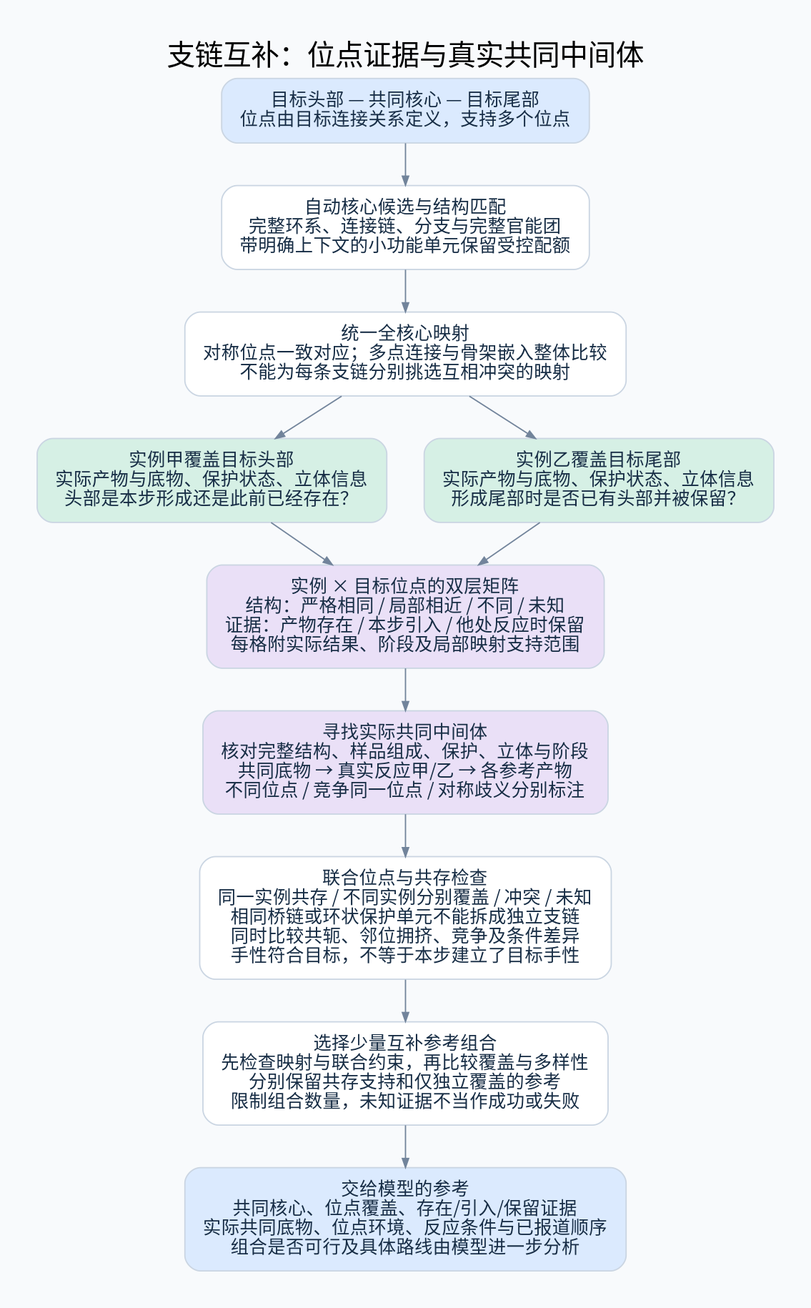
Before: diagrams/core-branch-combination.png, a diagram exported from Graphviz (825728139/substructure_search). Its source is kept beside it as diagrams/core-branch-combination.dot.
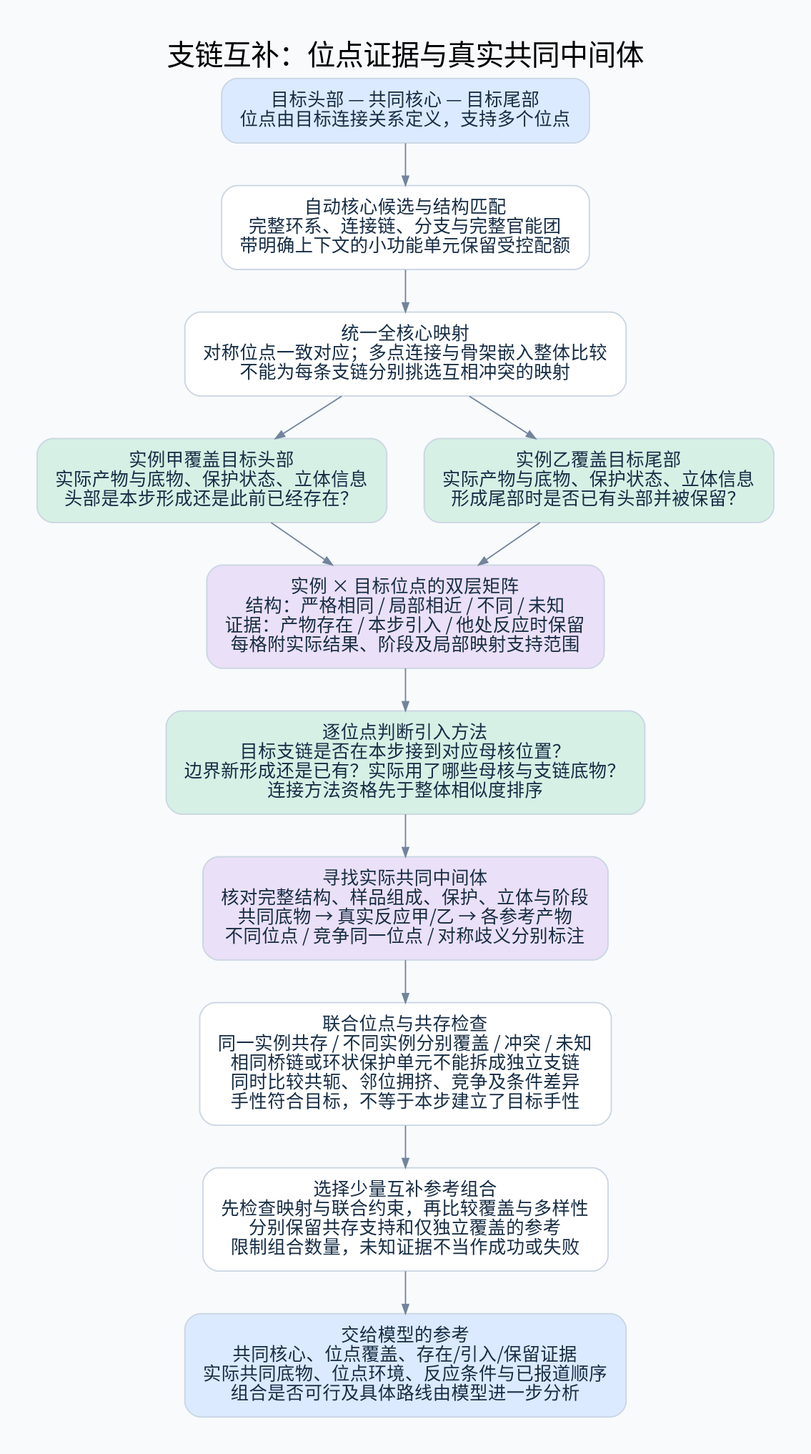
Above is the later version.

Diff of the diagram source:
```diff
@@ -43,5 +43,9 @@
 a -> b -> c;
 c -> x; c -> y;
 x -> m; y -> m;
-m -> precursor -> co -> set -> out;
+methods [label="逐位点判断引入方法
+目标支链是否在本步接到对应母核位置？
+边界新形成还是已有？实际用了哪些母核与支链底物？
+连接方法资格先于整体相似度排序", fillcolor="#D6F0E5"];
+m -> methods -> precursor -> co -> set -> out;
 }
```
